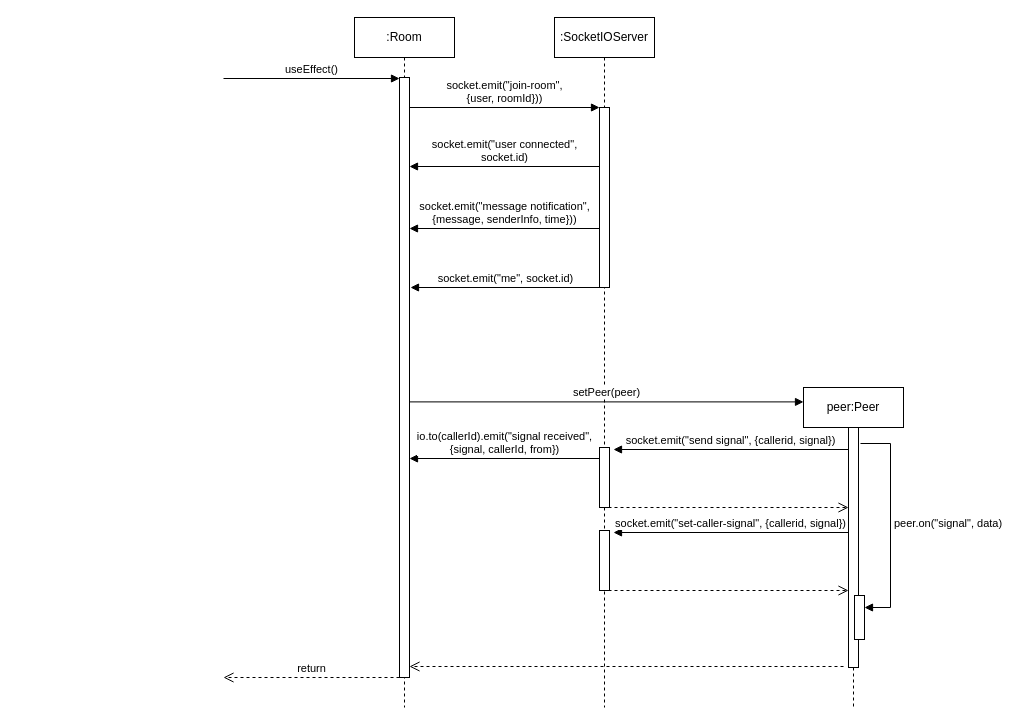
shaniceng/DrawIODiagrams keeps this draw.io diagram as CollaborationService.drawio. Above is the earlier version. Source tidied: cells renumbered, new cells numbered last; positions are measured from the earlier drawing's top-left corner, leaving out a move shared by most shapes. Both pictures are drawn from the tidied source at 100%, with x=0, y=0 at pixel (223, 17).
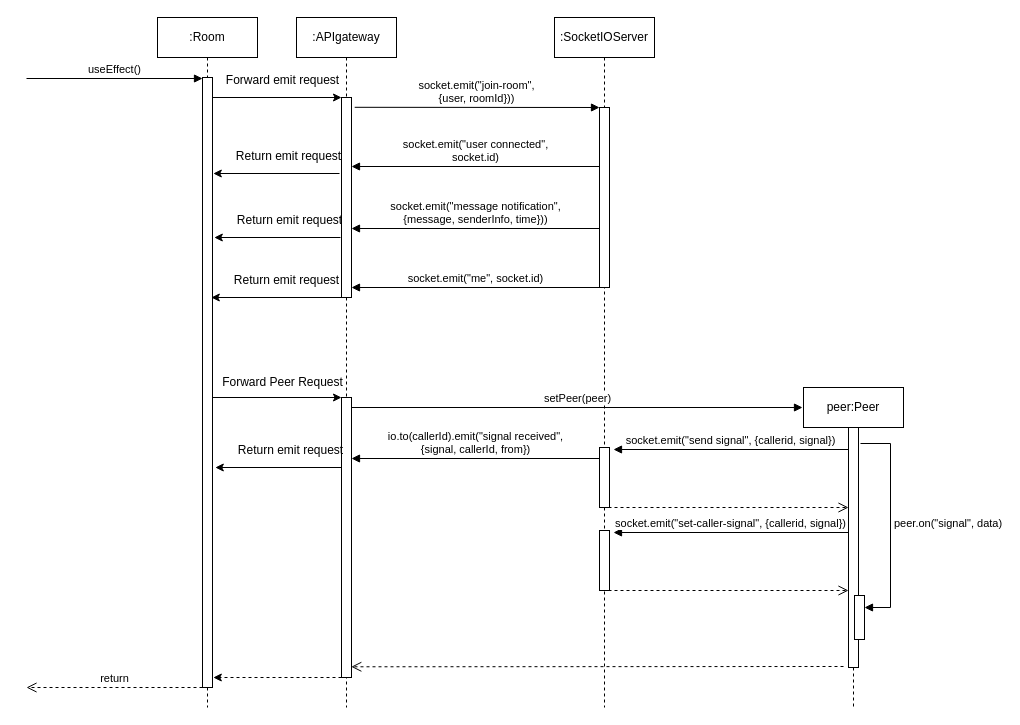
The same page after the edit.

The change refers to these unchanged cells:
```xml
<mxCell id="6" style="html=1;points=[[0,0,0,0,5],[0,1,0,0,-5],[1,0,0,0,5],[1,1,0,0,-5]];perimeter=orthogonalPerimeter;outlineConnect=0;targetShapes=umlLifeline;portConstraint=eastwest;newEdgeStyle={&quot;curved&quot;:0,&quot;rounded&quot;:0};" parent="5" vertex="1">
  <mxGeometry x="45" y="90" width="10" height="180" as="geometry" />
</mxCell>
<mxCell id="9" value="peer:Peer" style="shape=umlLifeline;perimeter=lifelinePerimeter;whiteSpace=wrap;html=1;outlineConnect=0;portConstraint=eastwest;newEdgeStyle={&quot;curved&quot;:0,&quot;rounded&quot;:0};" parent="1" vertex="1">
  <mxGeometry x="580" y="370" width="100" height="320" as="geometry" />
</mxCell>
```

Change to the diagram source:
```diff
@@
     <mxCell id="2" value=":Room" style="shape=umlLifeline;perimeter=lifelinePerimeter;whiteSpace=wrap;html=1;newEdgeStyle={&quot;curved&quot;:0,&quot;rounded&quot;:0};" parent="1" vertex="1">
-      <mxGeometry x="131" width="100" height="690" as="geometry" />
+      <mxGeometry x="-66" width="100" height="690" as="geometry" />
     </mxCell>
     <mxCell id="3" style="html=1;points=[[0,0,0,0,5],[0,1,0,0,-5],[1,0,0,0,5],[1,1,0,0,-5]];perimeter=orthogonalPerimeter;outlineConnect=0;targetShapes=umlLifeline;portConstraint=eastwest;newEdgeStyle={&quot;curved&quot;:0,&quot;rounded&quot;:0};" parent="2" vertex="1">
-      <mxGeometry x="45" y="60" width="10" height="600" as="geometry" />
+      <mxGeometry x="45" y="60" width="10" height="610" as="geometry" />
     </mxCell>
     <mxCell id="4" value="useEffect()" style="html=1;verticalAlign=bottom;endArrow=block;curved=0;rounded=0;entryX=0;entryY=0;entryDx=0;entryDy=5;entryPerimeter=0;" parent="1" edge="1">
       <mxGeometry relative="1" as="geometry">
-        <mxPoint y="61" as="sourcePoint" />
-        <mxPoint x="176" y="61" as="targetPoint" />
+        <mxPoint x="-197" y="61" as="sourcePoint" />
+        <mxPoint x="-21" y="61" as="targetPoint" />
       </mxGeometry>
     </mxCell>
@@
-    <mxCell id="8" value="socket.emit(&quot;join-room&quot;, &lt;br&gt;{user, roomId}))" style="html=1;verticalAlign=bottom;endArrow=block;curved=0;rounded=0;entryX=0;entryY=0;entryDx=0;entryDy=5;entryPerimeter=0;" parent="1" edge="1">
-      <mxGeometry relative="1" as="geometry">
-        <mxPoint x="186" y="90" as="sourcePoint" />
-        <mxPoint x="376" y="90" as="targetPoint" />
-      </mxGeometry>
+    <mxCell id="8" value="socket.emit(&quot;join-room&quot;, &lt;br&gt;{user, roomId}))" style="html=1;verticalAlign=bottom;endArrow=block;curved=0;rounded=0;exitX=1.32;exitY=0.049;exitDx=0;exitDy=0;exitPerimeter=0;" parent="1" edge="1" source="27" target="6">
+      <mxGeometry relative="1" as="geometry" />
     </mxCell>
@@
-    <mxCell id="13" value="setPeer(peer)" style="html=1;verticalAlign=bottom;endArrow=block;curved=0;rounded=0;entryX=0;entryY=0.045;entryDx=0;entryDy=0;entryPerimeter=0;" parent="1" edge="1" source="3" target="9">
-      <mxGeometry relative="1" as="geometry" />
+    <mxCell id="13" value="setPeer(peer)" style="html=1;verticalAlign=bottom;endArrow=block;curved=0;rounded=0;" parent="1" edge="1" source="26">
+      <mxGeometry relative="1" as="geometry">
+        <mxPoint x="579" y="390" as="targetPoint" />
+      </mxGeometry>
     </mxCell>
-    <mxCell id="14" style="html=1;verticalAlign=bottom;endArrow=open;dashed=1;endSize=8;curved=0;rounded=0;" parent="1" edge="1">
+    <mxCell id="14" style="html=1;verticalAlign=bottom;endArrow=open;dashed=1;endSize=8;curved=0;rounded=0;entryX=0.548;entryY=0.941;entryDx=0;entryDy=0;entryPerimeter=0;" parent="1" edge="1" target="25">
       <mxGeometry relative="1" as="geometry">
         <mxPoint x="620" y="649" as="sourcePoint" />
-        <mxPoint x="186" y="649" as="targetPoint" />
       </mxGeometry>
     </mxCell>
     <mxCell id="15" value="return" style="html=1;verticalAlign=bottom;endArrow=open;dashed=1;endSize=8;curved=0;rounded=0;" parent="1" edge="1">
       <mxGeometry relative="1" as="geometry">
-        <mxPoint x="176" y="660" as="sourcePoint" />
-        <mxPoint y="660" as="targetPoint" />
+        <mxPoint x="-21" y="670" as="sourcePoint" />
+        <mxPoint x="-197" y="670" as="targetPoint" />
       </mxGeometry>
     </mxCell>
@@
-    <mxCell id="21" value="io.to(callerId).emit(&quot;signal received&quot;, &lt;br&gt;{signal, callerId, from})" style="html=1;verticalAlign=bottom;endArrow=block;curved=0;rounded=0;exitX=0;exitY=0;exitDx=0;exitDy=5;exitPerimeter=0;" parent="1" edge="1">
+    <mxCell id="21" value="io.to(callerId).emit(&quot;signal received&quot;, &lt;br&gt;{signal, callerId, from})" style="html=1;verticalAlign=bottom;endArrow=block;curved=0;rounded=0;exitX=0;exitY=0;exitDx=0;exitDy=5;exitPerimeter=0;" parent="1" edge="1" target="26">
       <mxGeometry relative="1" as="geometry">
         <mxPoint x="376" y="441" as="sourcePoint" />
-        <mxPoint x="186" y="441" as="targetPoint" />
       </mxGeometry>
     </mxCell>
-    <mxCell id="22" value="socket.emit(&quot;user connected&quot;, &lt;br&gt;socket.id)" style="html=1;verticalAlign=bottom;endArrow=block;curved=0;rounded=0;" parent="1" edge="1">
+    <mxCell id="22" value="socket.emit(&quot;user connected&quot;, &lt;br&gt;socket.id)" style="html=1;verticalAlign=bottom;endArrow=block;curved=0;rounded=0;" parent="1" edge="1" source="6">
       <mxGeometry relative="1" as="geometry">
-        <mxPoint x="376" y="149" as="sourcePoint" />
-        <mxPoint x="186" y="149" as="targetPoint" />
+        <mxPoint x="128" y="149" as="targetPoint" />
       </mxGeometry>
     </mxCell>
-    <mxCell id="23" value="socket.emit(&quot;message notification&quot;,&lt;br style=&quot;border-color: var(--border-color); text-align: left;&quot;&gt;&lt;span style=&quot;text-align: left;&quot;&gt;{message, senderInfo, time}))&lt;/span&gt;" style="html=1;verticalAlign=bottom;endArrow=block;curved=0;rounded=0;" parent="1" edge="1">
+    <mxCell id="23" value="socket.emit(&quot;message notification&quot;,&lt;br style=&quot;border-color: var(--border-color); text-align: left;&quot;&gt;&lt;span style=&quot;text-align: left;&quot;&gt;{message, senderInfo, time}))&lt;/span&gt;" style="html=1;verticalAlign=bottom;endArrow=block;curved=0;rounded=0;" parent="1" edge="1" target="27">
       <mxGeometry relative="1" as="geometry">
         <mxPoint x="376" y="211" as="sourcePoint" />
-        <mxPoint x="186" y="211" as="targetPoint" />
       </mxGeometry>
     </mxCell>
-    <mxCell id="24" value="socket.emit(&quot;me&quot;, socket.id)" style="html=1;verticalAlign=bottom;endArrow=block;curved=0;rounded=0;" parent="1" edge="1">
+    <mxCell id="24" value="socket.emit(&quot;me&quot;, socket.id)" style="html=1;verticalAlign=bottom;endArrow=block;curved=0;rounded=0;" parent="1" edge="1" target="27">
       <mxGeometry relative="1" as="geometry">
         <mxPoint x="377" y="270" as="sourcePoint" />
-        <mxPoint x="187" y="270" as="targetPoint" />
       </mxGeometry>
     </mxCell>
+    <mxCell id="25" value=":APIgateway" style="shape=umlLifeline;perimeter=lifelinePerimeter;whiteSpace=wrap;html=1;outlineConnect=0;portConstraint=eastwest;newEdgeStyle={&quot;curved&quot;:0,&quot;rounded&quot;:0};" parent="1" vertex="1">
+      <mxGeometry x="73" width="100" height="690" as="geometry" />
+    </mxCell>
+    <mxCell id="26" style="html=1;points=[[0,0,0,0,5],[0,1,0,0,-5],[1,0,0,0,5],[1,1,0,0,-5]];perimeter=orthogonalPerimeter;outlineConnect=0;targetShapes=umlLifeline;portConstraint=eastwest;newEdgeStyle={&quot;curved&quot;:0,&quot;rounded&quot;:0};" parent="25" vertex="1">
+      <mxGeometry x="45" y="380" width="10" height="280" as="geometry" />
+    </mxCell>
+    <mxCell id="27" style="html=1;points=[[0,0,0,0,5],[0,1,0,0,-5],[1,0,0,0,5],[1,1,0,0,-5]];perimeter=orthogonalPerimeter;outlineConnect=0;targetShapes=umlLifeline;portConstraint=eastwest;newEdgeStyle={&quot;curved&quot;:0,&quot;rounded&quot;:0};" parent="1" vertex="1">
+      <mxGeometry x="118" y="80" width="10" height="200" as="geometry" />
+    </mxCell>
+    <mxCell id="28" style="endArrow=classic;html=1;rounded=0;" parent="1" edge="1">
+      <mxGeometry relative="1" as="geometry">
+        <mxPoint x="-11.2" y="80" as="sourcePoint" />
+        <mxPoint x="118" y="80" as="targetPoint" />
+      </mxGeometry>
+    </mxCell>
+    <mxCell id="29" style="endArrow=classic;html=1;rounded=0;" parent="1" edge="1">
+      <mxGeometry relative="1" as="geometry">
+        <mxPoint x="122" y="280" as="sourcePoint" />
+        <mxPoint x="-12.2" y="280" as="targetPoint" />
+      </mxGeometry>
+    </mxCell>
+    <mxCell id="30" style="endArrow=classic;html=1;rounded=0;dashed=1;" parent="1" edge="1">
+      <mxGeometry relative="1" as="geometry">
+        <mxPoint x="124" y="660" as="sourcePoint" />
+        <mxPoint x="-10.2" y="660" as="targetPoint" />
+      </mxGeometry>
+    </mxCell>
+    <mxCell id="31" style="endArrow=classic;html=1;rounded=0;" parent="1" edge="1">
+      <mxGeometry relative="1" as="geometry">
+        <mxPoint x="-11.2" y="380" as="sourcePoint" />
+        <mxPoint x="118" y="380" as="targetPoint" />
+      </mxGeometry>
+    </mxCell>
+    <mxCell id="32" value="Forward emit request" style="text;html=1;align=center;verticalAlign=middle;strokeColor=none;fillColor=none;" parent="1" vertex="1">
+      <mxGeometry x="-11" y="48" width="140" height="30" as="geometry" />
+    </mxCell>
+    <mxCell id="33" value="Return emit request" style="text;html=1;align=center;verticalAlign=middle;strokeColor=none;fillColor=none;" parent="1" vertex="1">
+      <mxGeometry x="-2" y="248" width="130" height="30" as="geometry" />
+    </mxCell>
+    <mxCell id="34" value="Forward Peer Request" style="text;html=1;align=center;verticalAlign=middle;strokeColor=none;fillColor=none;" parent="1" vertex="1">
+      <mxGeometry x="-11" y="350" width="140" height="30" as="geometry" />
+    </mxCell>
+    <mxCell id="35" style="endArrow=classic;html=1;rounded=0;" parent="1" edge="1">
+      <mxGeometry relative="1" as="geometry">
+        <mxPoint x="117" y="220" as="sourcePoint" />
+        <mxPoint x="-9.2" y="220" as="targetPoint" />
+      </mxGeometry>
+    </mxCell>
+    <mxCell id="36" value="Return emit request" style="text;html=1;align=center;verticalAlign=middle;strokeColor=none;fillColor=none;" parent="1" vertex="1">
+      <mxGeometry x="1" y="188" width="130" height="30" as="geometry" />
+    </mxCell>
+    <mxCell id="37" style="endArrow=classic;html=1;rounded=0;" parent="1" edge="1">
+      <mxGeometry relative="1" as="geometry">
+        <mxPoint x="116" y="156" as="sourcePoint" />
+        <mxPoint x="-10.2" y="156" as="targetPoint" />
+      </mxGeometry>
+    </mxCell>
+    <mxCell id="38" value="Return emit request" style="text;html=1;align=center;verticalAlign=middle;strokeColor=none;fillColor=none;" parent="1" vertex="1">
+      <mxGeometry y="124" width="130" height="30" as="geometry" />
+    </mxCell>
+    <mxCell id="39" style="endArrow=classic;html=1;rounded=0;" parent="1" edge="1">
+      <mxGeometry relative="1" as="geometry">
+        <mxPoint x="118" y="450" as="sourcePoint" />
+        <mxPoint x="-8.2" y="450" as="targetPoint" />
+      </mxGeometry>
+    </mxCell>
+    <mxCell id="40" value="Return emit request" style="text;html=1;align=center;verticalAlign=middle;strokeColor=none;fillColor=none;" parent="1" vertex="1">
+      <mxGeometry x="2" y="418" width="130" height="30" as="geometry" />
+    </mxCell>
```
